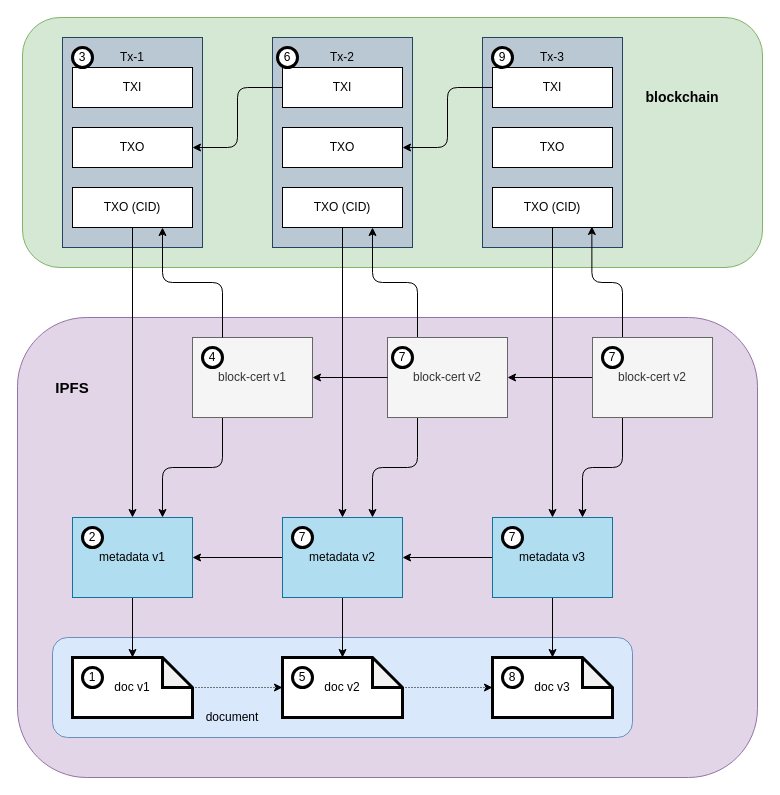
The draw.io diagram docs/diagrams/versions.drawio in macterra/metatron, before the edit. Source tidied: cells renumbered, new cells numbered last; positions are measured from the earlier drawing's top-left corner, leaving out a move shared by most shapes. Both pictures are drawn from the tidied source at 100%, with x=0, y=0 at pixel (17, 17).
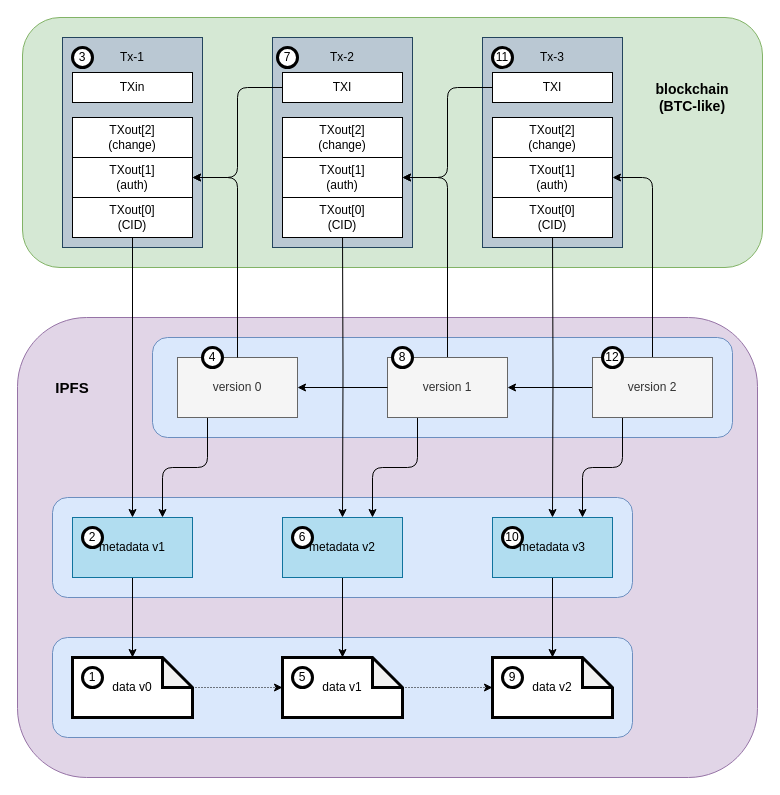
The same page after the edit.

Commit message (it also covers changes not shown here):
Updated versions diagram

What changed in the source:
```diff
@@
+    <mxCell id="64" style="rounded=1;whiteSpace=wrap;html=1;fillColor=#dae8fc;strokeColor=#6c8ebf;" parent="1" vertex="1">
+      <mxGeometry x="135" y="320" width="580" height="100" as="geometry" />
+    </mxCell>
+    <mxCell id="65" style="rounded=1;whiteSpace=wrap;html=1;fillColor=#dae8fc;strokeColor=#6c8ebf;" parent="1" vertex="1">
+      <mxGeometry x="35" y="480" width="580" height="100" as="geometry" />
+    </mxCell>
@@
     <mxCell id="6" value="TXI" style="rounded=0;whiteSpace=wrap;html=1;" parent="1" vertex="1">
-      <mxGeometry x="265" y="50" width="120" height="40" as="geometry" />
+      <mxGeometry x="265" y="55" width="120" height="30" as="geometry" />
     </mxCell>
-    <mxCell id="7" value="TXO" style="rounded=0;whiteSpace=wrap;html=1;" parent="1" vertex="1">
-      <mxGeometry x="265" y="110" width="120" height="40" as="geometry" />
-    </mxCell>
-    <mxCell id="8" value="TXO (CID)" style="rounded=0;whiteSpace=wrap;html=1;" parent="1" vertex="1">
-      <mxGeometry x="265" y="170" width="120" height="40" as="geometry" />
-    </mxCell>
@@
-    <mxCell id="10" value="block-cert v1" style="rounded=0;whiteSpace=wrap;html=1;fillColor=#f5f5f5;strokeColor=#666666;fontColor=#333333;" parent="1" vertex="1">
-      <mxGeometry x="175" y="320" width="120" height="80" as="geometry" />
+    <mxCell id="10" value="version 0" style="rounded=0;whiteSpace=wrap;html=1;fillColor=#f5f5f5;strokeColor=#666666;fontColor=#333333;" parent="1" vertex="1">
+      <mxGeometry x="160" y="340" width="120" height="60" as="geometry" />
     </mxCell>
@@
-    <mxCell id="12" value="TXI" style="rounded=0;whiteSpace=wrap;html=1;" parent="1" vertex="1">
-      <mxGeometry x="55" y="50" width="120" height="40" as="geometry" />
+    <mxCell id="12" value="TXin" style="rounded=0;whiteSpace=wrap;html=1;" parent="1" vertex="1">
+      <mxGeometry x="55" y="55" width="120" height="30" as="geometry" />
     </mxCell>
-    <mxCell id="13" value="TXO" style="rounded=0;whiteSpace=wrap;html=1;" parent="1" vertex="1">
-      <mxGeometry x="55" y="110" width="120" height="40" as="geometry" />
-    </mxCell>
-    <mxCell id="14" value="TXO (CID)" style="rounded=0;whiteSpace=wrap;html=1;" parent="1" vertex="1">
-      <mxGeometry x="55" y="170" width="120" height="40" as="geometry" />
+    <mxCell id="14" value="TXout[0] &lt;br&gt;(CID)" style="rounded=0;whiteSpace=wrap;html=1;align=center;" parent="1" vertex="1">
+      <mxGeometry x="55" y="180" width="120" height="40" as="geometry" />
     </mxCell>
@@
     <mxCell id="16" value="metadata v1" style="rounded=0;whiteSpace=wrap;html=1;fillColor=#b1ddf0;strokeColor=#10739e;" parent="1" vertex="1">
-      <mxGeometry x="55" y="500" width="120" height="80" as="geometry" />
+      <mxGeometry x="55" y="500" width="120" height="60" as="geometry" />
     </mxCell>
-    <mxCell id="17" style="endArrow=classic;html=1;exitX=0;exitY=0.5;exitDx=0;exitDy=0;entryX=1;entryY=0.5;entryDx=0;entryDy=0;edgeStyle=orthogonalEdgeStyle;" parent="1" edge="1" source="6" target="13">
+    <mxCell id="17" style="endArrow=classic;html=1;exitX=0;exitY=0.5;exitDx=0;exitDy=0;edgeStyle=orthogonalEdgeStyle;entryX=1;entryY=0.5;entryDx=0;entryDy=0;" parent="1" edge="1" source="6" target="66">
       <mxGeometry relative="1" as="geometry" />
     </mxCell>
@@
-    <mxCell id="19" style="endArrow=classic;html=1;entryX=0.5;entryY=0;entryDx=0;entryDy=0;exitX=0.5;exitY=1;exitDx=0;exitDy=0;edgeStyle=orthogonalEdgeStyle;" parent="1" edge="1" source="8" target="43">
-      <mxGeometry relative="1" as="geometry" />
+    <mxCell id="19" style="endArrow=classic;html=1;entryX=0.5;entryY=0;entryDx=0;entryDy=0;exitX=0.5;exitY=1;exitDx=0;exitDy=0;edgeStyle=orthogonalEdgeStyle;" parent="1" edge="1" target="43">
+      <mxGeometry relative="1" as="geometry">
+        <mxPoint x="325" y="210" as="sourcePoint" />
+      </mxGeometry>
     </mxCell>
@@
     <mxCell id="21" value="TXI" style="rounded=0;whiteSpace=wrap;html=1;" parent="1" vertex="1">
-      <mxGeometry x="475" y="50" width="120" height="40" as="geometry" />
+      <mxGeometry x="475" y="55" width="120" height="30" as="geometry" />
     </mxCell>
-    <mxCell id="22" value="TXO" style="rounded=0;whiteSpace=wrap;html=1;" parent="1" vertex="1">
-      <mxGeometry x="475" y="110" width="120" height="40" as="geometry" />
-    </mxCell>
-    <mxCell id="23" value="TXO (CID)" style="rounded=0;whiteSpace=wrap;html=1;" parent="1" vertex="1">
-      <mxGeometry x="475" y="170" width="120" height="40" as="geometry" />
-    </mxCell>
-    <mxCell id="24" style="edgeStyle=orthogonalEdgeStyle;rounded=1;jettySize=auto;html=1;exitX=0.25;exitY=0;exitDx=0;exitDy=0;entryX=0.75;entryY=1;entryDx=0;entryDy=0;" parent="1" edge="1" source="26" target="8">
+    <mxCell id="24" style="edgeStyle=orthogonalEdgeStyle;rounded=1;jettySize=auto;html=1;exitX=0.5;exitY=0;exitDx=0;exitDy=0;entryX=1;entryY=0.5;entryDx=0;entryDy=0;" parent="1" edge="1" source="26" target="69">
       <mxGeometry relative="1" as="geometry" />
     </mxCell>
@@
-    <mxCell id="26" value="block-cert v2" style="rounded=0;whiteSpace=wrap;html=1;fillColor=#f5f5f5;strokeColor=#666666;fontColor=#333333;" parent="1" vertex="1">
-      <mxGeometry x="370" y="320" width="120" height="80" as="geometry" />
+    <mxCell id="26" value="version 1" style="rounded=0;whiteSpace=wrap;html=1;fillColor=#f5f5f5;strokeColor=#666666;fontColor=#333333;" parent="1" vertex="1">
+      <mxGeometry x="370" y="340" width="120" height="60" as="geometry" />
     </mxCell>
-    <mxCell id="27" style="endArrow=classic;html=1;entryX=0.5;entryY=0;entryDx=0;entryDy=0;exitX=0.5;exitY=1;exitDx=0;exitDy=0;edgeStyle=orthogonalEdgeStyle;" parent="1" edge="1" source="23" target="55">
-      <mxGeometry relative="1" as="geometry" />
+    <mxCell id="27" style="endArrow=classic;html=1;entryX=0.5;entryY=0;entryDx=0;entryDy=0;exitX=0.5;exitY=1;exitDx=0;exitDy=0;edgeStyle=orthogonalEdgeStyle;" parent="1" edge="1" target="55">
+      <mxGeometry relative="1" as="geometry">
+        <mxPoint x="535" y="210" as="sourcePoint" />
+      </mxGeometry>
     </mxCell>
-    <mxCell id="28" style="endArrow=classic;html=1;exitX=0;exitY=0.5;exitDx=0;exitDy=0;entryX=1;entryY=0.5;entryDx=0;entryDy=0;edgeStyle=orthogonalEdgeStyle;" parent="1" edge="1" source="21" target="7">
+    <mxCell id="28" style="endArrow=classic;html=1;exitX=0;exitY=0.5;exitDx=0;exitDy=0;entryX=1;entryY=0.5;entryDx=0;entryDy=0;edgeStyle=orthogonalEdgeStyle;" parent="1" edge="1" source="21" target="69">
       <mxGeometry relative="1" as="geometry" />
     </mxCell>
@@
-    <mxCell id="31" value="blockchain" style="text;html=1;strokeColor=none;fillColor=none;align=center;verticalAlign=middle;whiteSpace=wrap;rounded=0;fontStyle=1;fontSize=14;" parent="1" vertex="1">
-      <mxGeometry x="645" y="70" width="40" height="20" as="geometry" />
+    <mxCell id="31" value="blockchain&lt;br&gt;(BTC-like)" style="text;html=1;strokeColor=none;fillColor=none;align=center;verticalAlign=middle;whiteSpace=wrap;rounded=0;fontStyle=1;fontSize=14;" parent="1" vertex="1">
+      <mxGeometry x="645" y="70" width="60" height="20" as="geometry" />
     </mxCell>
@@
-    <mxCell id="38" value="6" style="ellipse;whiteSpace=wrap;html=1;strokeWidth=3;" parent="1" vertex="1">
+    <mxCell id="38" value="7" style="ellipse;whiteSpace=wrap;html=1;strokeWidth=3;" parent="1" vertex="1">
       <mxGeometry x="260" y="30" width="20" height="20" as="geometry" />
     </mxCell>
-    <mxCell id="39" value="7" style="ellipse;whiteSpace=wrap;html=1;strokeWidth=3;" parent="1" vertex="1">
+    <mxCell id="39" value="8" style="ellipse;whiteSpace=wrap;html=1;strokeWidth=3;" parent="1" vertex="1">
       <mxGeometry x="375" y="330" width="20" height="20" as="geometry" />
     </mxCell>
-    <mxCell id="40" value="9" style="ellipse;whiteSpace=wrap;html=1;strokeWidth=3;" parent="1" vertex="1">
+    <mxCell id="40" value="11" style="ellipse;whiteSpace=wrap;html=1;strokeWidth=3;" parent="1" vertex="1">
       <mxGeometry x="475" y="30" width="20" height="20" as="geometry" />
     </mxCell>
-    <mxCell id="41" style="edgeStyle=orthogonalEdgeStyle;rounded=0;jettySize=auto;html=1;exitX=0;exitY=0.5;exitDx=0;exitDy=0;entryX=1;entryY=0.5;entryDx=0;entryDy=0;" parent="1" edge="1" source="43" target="16">
-      <mxGeometry relative="1" as="geometry" />
-    </mxCell>
@@
     <mxCell id="43" value="metadata v2" style="rounded=0;whiteSpace=wrap;html=1;fillColor=#b1ddf0;strokeColor=#10739e;" parent="1" vertex="1">
-      <mxGeometry x="265" y="500" width="120" height="80" as="geometry" />
+      <mxGeometry x="265" y="500" width="120" height="60" as="geometry" />
     </mxCell>
-    <mxCell id="44" value="doc v2" style="shape=note;whiteSpace=wrap;html=1;backgroundOutline=1;darkOpacity=0.05;strokeWidth=3;" parent="1" vertex="1">
+    <mxCell id="44" value="data v1" style="shape=note;whiteSpace=wrap;html=1;backgroundOutline=1;darkOpacity=0.05;strokeWidth=3;" parent="1" vertex="1">
       <mxGeometry x="265" y="640" width="120" height="60" as="geometry" />
     </mxCell>
-    <mxCell id="45" value="doc v1" style="shape=note;whiteSpace=wrap;html=1;backgroundOutline=1;darkOpacity=0.05;strokeWidth=3;" parent="1" vertex="1">
+    <mxCell id="45" value="data v0" style="shape=note;whiteSpace=wrap;html=1;backgroundOutline=1;darkOpacity=0.05;strokeWidth=3;" parent="1" vertex="1">
       <mxGeometry x="55" y="640" width="120" height="60" as="geometry" />
     </mxCell>
-    <mxCell id="46" value="doc v3" style="shape=note;whiteSpace=wrap;html=1;backgroundOutline=1;darkOpacity=0.05;strokeWidth=3;" parent="1" vertex="1">
+    <mxCell id="46" value="data v2" style="shape=note;whiteSpace=wrap;html=1;backgroundOutline=1;darkOpacity=0.05;strokeWidth=3;" parent="1" vertex="1">
       <mxGeometry x="475" y="640" width="120" height="60" as="geometry" />
     </mxCell>
@@
-    <mxCell id="49" value="document" style="text;html=1;strokeColor=none;fillColor=none;align=center;verticalAlign=middle;whiteSpace=wrap;rounded=0;" parent="1" vertex="1">
-      <mxGeometry x="195" y="690" width="40" height="20" as="geometry" />
-    </mxCell>
@@
-    <mxCell id="52" value="8" style="ellipse;whiteSpace=wrap;html=1;strokeWidth=3;" parent="1" vertex="1">
+    <mxCell id="52" value="9" style="ellipse;whiteSpace=wrap;html=1;strokeWidth=3;" parent="1" vertex="1">
       <mxGeometry x="485" y="650" width="20" height="20" as="geometry" />
     </mxCell>
-    <mxCell id="53" style="edgeStyle=orthogonalEdgeStyle;rounded=0;jettySize=auto;html=1;exitX=0;exitY=0.5;exitDx=0;exitDy=0;entryX=1;entryY=0.5;entryDx=0;entryDy=0;" parent="1" edge="1" source="55" target="43">
-      <mxGeometry relative="1" as="geometry" />
-    </mxCell>
@@
     <mxCell id="55" value="metadata v3" style="rounded=0;whiteSpace=wrap;html=1;fillColor=#b1ddf0;strokeColor=#10739e;" parent="1" vertex="1">
-      <mxGeometry x="475" y="500" width="120" height="80" as="geometry" />
+      <mxGeometry x="475" y="500" width="120" height="60" as="geometry" />
     </mxCell>
@@
-    <mxCell id="57" style="edgeStyle=orthogonalEdgeStyle;rounded=1;jettySize=auto;html=1;exitX=0.25;exitY=0;exitDx=0;exitDy=0;entryX=0.828;entryY=0.975;entryDx=0;entryDy=0;entryPerimeter=0;" parent="1" edge="1" source="59" target="23">
+    <mxCell id="57" style="edgeStyle=orthogonalEdgeStyle;rounded=1;jettySize=auto;html=1;exitX=0.5;exitY=0;exitDx=0;exitDy=0;entryX=1;entryY=0.5;entryDx=0;entryDy=0;" parent="1" edge="1" source="59" target="72">
       <mxGeometry relative="1" as="geometry" />
     </mxCell>
@@
-    <mxCell id="59" value="block-cert v2" style="rounded=0;whiteSpace=wrap;html=1;fillColor=#f5f5f5;strokeColor=#666666;fontColor=#333333;" parent="1" vertex="1">
-      <mxGeometry x="575" y="320" width="120" height="80" as="geometry" />
+    <mxCell id="59" value="version 2" style="rounded=0;whiteSpace=wrap;html=1;fillColor=#f5f5f5;strokeColor=#666666;fontColor=#333333;" parent="1" vertex="1">
+      <mxGeometry x="575" y="340" width="120" height="60" as="geometry" />
     </mxCell>
-    <mxCell id="60" value="7" style="ellipse;whiteSpace=wrap;html=1;strokeWidth=3;" parent="1" vertex="1">
+    <mxCell id="60" value="12" style="ellipse;whiteSpace=wrap;html=1;strokeWidth=3;" parent="1" vertex="1">
       <mxGeometry x="585" y="330" width="20" height="20" as="geometry" />
     </mxCell>
-    <mxCell id="61" value="7" style="ellipse;whiteSpace=wrap;html=1;strokeWidth=3;" parent="1" vertex="1">
+    <mxCell id="61" value="6" style="ellipse;whiteSpace=wrap;html=1;strokeWidth=3;" parent="1" vertex="1">
       <mxGeometry x="275" y="510" width="20" height="20" as="geometry" />
     </mxCell>
-    <mxCell id="62" value="7" style="ellipse;whiteSpace=wrap;html=1;strokeWidth=3;" parent="1" vertex="1">
+    <mxCell id="62" value="10" style="ellipse;whiteSpace=wrap;html=1;strokeWidth=3;" parent="1" vertex="1">
       <mxGeometry x="485" y="510" width="20" height="20" as="geometry" />
     </mxCell>
-    <mxCell id="63" style="edgeStyle=orthogonalEdgeStyle;rounded=1;jettySize=auto;html=1;exitX=0.25;exitY=0;exitDx=0;exitDy=0;entryX=0.75;entryY=1;entryDx=0;entryDy=0;fontSize=15;" parent="1" edge="1" source="10" target="14">
+    <mxCell id="63" style="edgeStyle=orthogonalEdgeStyle;rounded=1;jettySize=auto;html=1;exitX=0.5;exitY=0;exitDx=0;exitDy=0;entryX=1;entryY=0.5;entryDx=0;entryDy=0;fontSize=15;" parent="1" edge="1" source="10" target="66">
       <mxGeometry relative="1" as="geometry" />
     </mxCell>
+    <mxCell id="66" value="TXout[1] &lt;br&gt;(auth)" style="rounded=0;whiteSpace=wrap;html=1;align=center;" parent="1" vertex="1">
+      <mxGeometry x="55" y="140" width="120" height="40" as="geometry" />
+    </mxCell>
+    <mxCell id="67" value="TXout[2] &lt;br&gt;(change)" style="rounded=0;whiteSpace=wrap;html=1;align=center;" parent="1" vertex="1">
+      <mxGeometry x="55" y="100" width="120" height="40" as="geometry" />
+    </mxCell>
+    <mxCell id="68" value="TXout[0] &lt;br&gt;(CID)" style="rounded=0;whiteSpace=wrap;html=1;align=center;" parent="1" vertex="1">
+      <mxGeometry x="265" y="180" width="120" height="40" as="geometry" />
+    </mxCell>
+    <mxCell id="69" value="TXout[1] &lt;br&gt;(auth)" style="rounded=0;whiteSpace=wrap;html=1;align=center;" parent="1" vertex="1">
+      <mxGeometry x="265" y="140" width="120" height="40" as="geometry" />
+    </mxCell>
+    <mxCell id="70" value="TXout[2] &lt;br&gt;(change)" style="rounded=0;whiteSpace=wrap;html=1;align=center;" parent="1" vertex="1">
+      <mxGeometry x="265" y="100" width="120" height="40" as="geometry" />
+    </mxCell>
+    <mxCell id="71" value="TXout[0] &lt;br&gt;(CID)" style="rounded=0;whiteSpace=wrap;html=1;align=center;" parent="1" vertex="1">
+      <mxGeometry x="475" y="180" width="120" height="40" as="geometry" />
+    </mxCell>
+    <mxCell id="72" value="TXout[1] &lt;br&gt;(auth)" style="rounded=0;whiteSpace=wrap;html=1;align=center;" parent="1" vertex="1">
+      <mxGeometry x="475" y="140" width="120" height="40" as="geometry" />
+    </mxCell>
+    <mxCell id="73" value="TXout[2] &lt;br&gt;(change)" style="rounded=0;whiteSpace=wrap;html=1;align=center;" parent="1" vertex="1">
+      <mxGeometry x="475" y="100" width="120" height="40" as="geometry" />
+    </mxCell>
```
